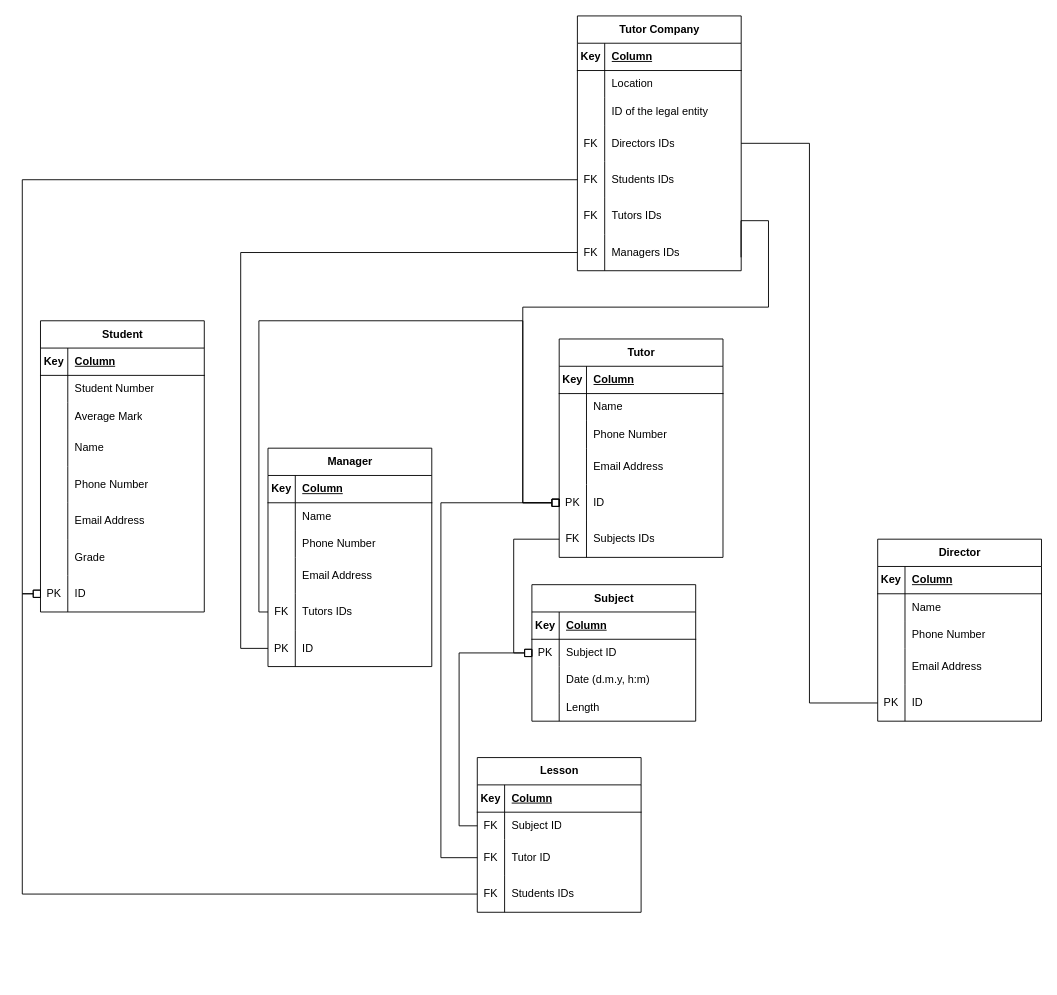
This is er_diagramm.drawio from H0p1ty/data_bases, a draw.io file, before an edit. Source tidied: cells renumbered, new cells numbered last; positions are measured from the earlier drawing's top-left corner, leaving out a move shared by most shapes. Both pictures are drawn from the tidied source at 91%, with x=0, y=0 at pixel (22, 15).
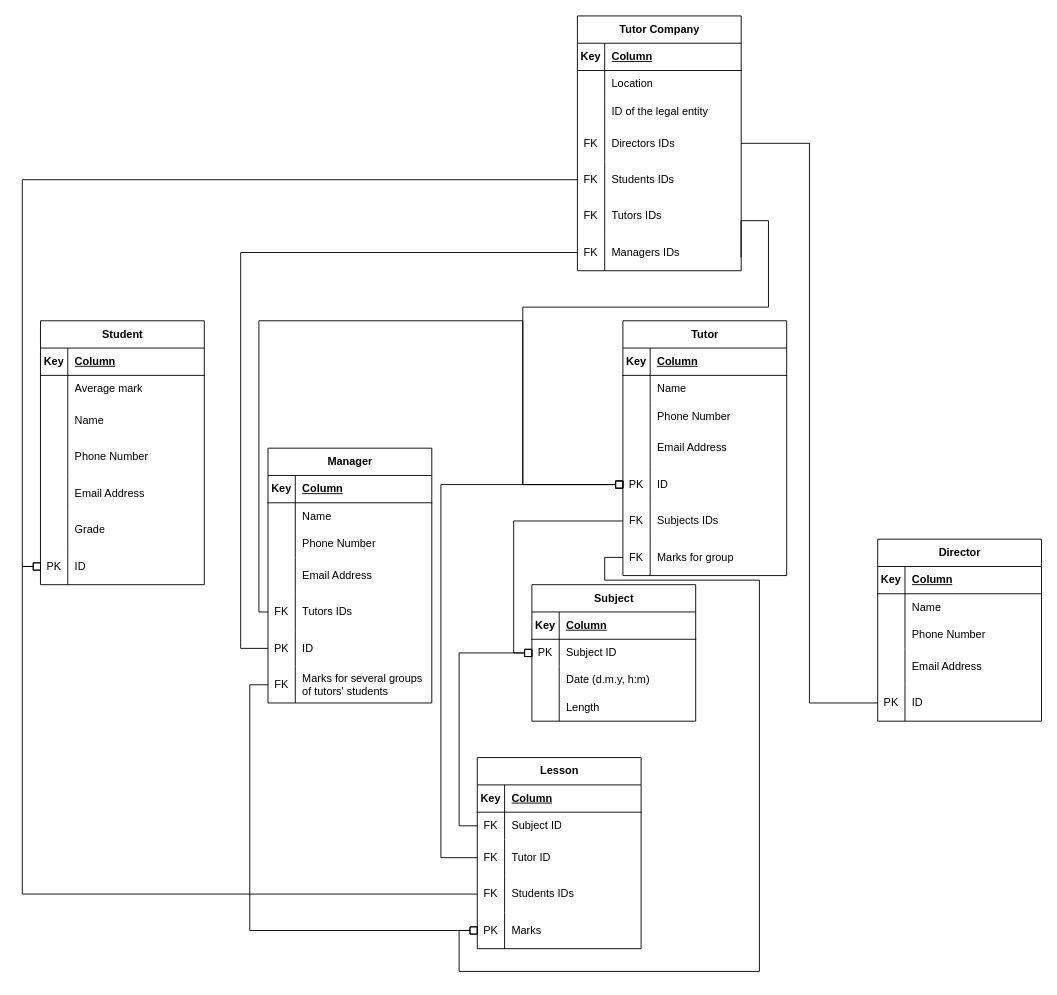
The same page after the edit.

The change refers to these unchanged cells:
```xml
<mxCell id="34" style="shape=tableRow;horizontal=0;startSize=0;swimlaneHead=0;swimlaneBody=0;fillColor=none;points=[[0,0.5],[1,0.5]];portConstraint=eastwest;top=0;left=0;right=0;bottom=0;" parent="21" vertex="1">
  <mxGeometry y="160" width="180" height="40" as="geometry" />
</mxCell>
<mxCell id="40" style="shape=tableRow;horizontal=0;startSize=0;swimlaneHead=0;swimlaneBody=0;fillColor=none;points=[[0,0.5],[1,0.5]];portConstraint=eastwest;top=0;left=0;right=0;bottom=0;" parent="21" vertex="1">
  <mxGeometry y="240" width="180" height="40" as="geometry" />
</mxCell>
<mxCell id="56" style="shape=tableRow;horizontal=0;startSize=0;swimlaneHead=0;swimlaneBody=0;fillColor=none;points=[[0,0.5],[1,0.5]];portConstraint=eastwest;top=0;left=0;right=0;bottom=0;" parent="43" vertex="1">
  <mxGeometry y="160" width="180" height="40" as="geometry" />
</mxCell>
<mxCell id="69" style="shape=tableRow;horizontal=0;startSize=0;swimlaneHead=0;swimlaneBody=0;fillColor=none;points=[[0,0.5],[1,0.5]];portConstraint=eastwest;top=0;left=0;right=0;bottom=0;" parent="62" vertex="1">
  <mxGeometry y="90" width="180" height="40" as="geometry" />
</mxCell>
<mxCell id="72" style="shape=tableRow;horizontal=0;startSize=0;swimlaneHead=0;swimlaneBody=0;fillColor=none;points=[[0,0.5],[1,0.5]];portConstraint=eastwest;top=0;left=0;right=0;bottom=0;" parent="62" vertex="1">
  <mxGeometry y="130" width="180" height="40" as="geometry" />
</mxCell>
<mxCell id="79" style="shape=tableRow;horizontal=0;startSize=0;swimlaneHead=0;swimlaneBody=0;fillColor=none;top=0;left=0;right=0;bottom=0;" parent="75" vertex="1">
  <mxGeometry y="60" width="180" height="30" as="geometry" />
</mxCell>
```

The edit, as a diff of the source:
```diff
@@
     <mxCell id="2" style="edgeStyle=orthogonalEdgeStyle;rounded=0;jettySize=auto;html=1;endArrow=none;endFill=0;entryX=0;entryY=0.5;entryDx=0;entryDy=0;exitX=0;exitY=0.5;exitDx=0;exitDy=0;startArrow=box;startFill=0;" parent="1" edge="1" source="97" target="72">
       <mxGeometry relative="1" as="geometry">
         <Array as="points">
-          <mxPoint y="635" />
+          <mxPoint y="605" />
           <mxPoint y="965" />
         </Array>
       </mxGeometry>
     </mxCell>
     <mxCell id="3" style="edgeStyle=orthogonalEdgeStyle;rounded=0;jettySize=auto;html=1;exitX=0;exitY=0.5;exitDx=0;exitDy=0;endArrow=none;endFill=0;entryX=0;entryY=0.5;entryDx=0;entryDy=0;startArrow=box;startFill=0;" parent="1" edge="1" source="97" target="34">
       <mxGeometry relative="1" as="geometry">
         <Array as="points">
-          <mxPoint y="635" />
+          <mxPoint y="605" />
           <mxPoint y="180" />
         </Array>
       </mxGeometry>
     </mxCell>
     <mxCell id="4" style="edgeStyle=orthogonalEdgeStyle;rounded=0;jettySize=auto;html=1;entryX=0.999;entryY=0.632;entryDx=0;entryDy=0;endArrow=none;endFill=0;startArrow=box;startFill=0;entryPerimeter=0;exitX=0;exitY=0.5;exitDx=0;exitDy=0;" parent="1" edge="1" source="56" target="40">
       <mxGeometry relative="1" as="geometry">
         <Array as="points">
-          <mxPoint x="550" y="535" />
+          <mxPoint x="550" y="515" />
           <mxPoint x="550" y="320" />
           <mxPoint x="820" y="320" />
           <mxPoint x="820" y="225" />
           <mxPoint x="790" y="225" />
         </Array>
       </mxGeometry>
     </mxCell>
@@
     <mxCell id="43" value="Tutor" style="shape=table;startSize=30;childLayout=tableLayout;rowLines=0;fontStyle=1;align=center;html=1;" parent="1" vertex="1">
-      <mxGeometry x="590" y="355" width="180" height="240" as="geometry" />
+      <mxGeometry x="660" y="335" width="180" height="280" as="geometry" />
     </mxCell>
@@
+    <mxCell id="138" style="shape=tableRow;horizontal=0;startSize=0;swimlaneHead=0;swimlaneBody=0;fillColor=none;points=[[0,0.5],[1,0.5]];portConstraint=eastwest;top=0;left=0;right=0;bottom=0;" parent="43" vertex="1">
+      <mxGeometry y="240" width="180" height="40" as="geometry" />
+    </mxCell>
+    <mxCell id="139" value="FK" style="shape=partialRectangle;fillColor=none;top=0;left=0;bottom=0;right=0;overflow=hidden;whiteSpace=wrap;html=1;" parent="138" vertex="1">
+      <mxGeometry width="30" height="40" as="geometry" />
+    </mxCell>
+    <mxCell id="140" value="Marks for group" style="shape=partialRectangle;fillColor=none;top=0;left=0;bottom=0;right=0;align=left;spacingLeft=6;overflow=hidden;whiteSpace=wrap;html=1;" parent="138" vertex="1">
+      <mxGeometry x="30" width="150" height="40" as="geometry" />
+    </mxCell>
     <mxCell id="62" value="Lesson" style="shape=table;startSize=30;childLayout=tableLayout;rowLines=0;fontStyle=1;align=center;html=1;" parent="1" vertex="1">
-      <mxGeometry x="500" y="815" width="180" height="170" as="geometry" />
+      <mxGeometry x="500" y="815" width="180" height="210" as="geometry" />
     </mxCell>
@@
+    <mxCell id="141" style="shape=tableRow;horizontal=0;startSize=0;swimlaneHead=0;swimlaneBody=0;fillColor=none;points=[[0,0.5],[1,0.5]];portConstraint=eastwest;top=0;left=0;right=0;bottom=0;" parent="62" vertex="1">
+      <mxGeometry y="170" width="180" height="40" as="geometry" />
+    </mxCell>
+    <mxCell id="142" value="PK" style="shape=partialRectangle;fillColor=none;top=0;left=0;bottom=0;right=0;overflow=hidden;whiteSpace=wrap;html=1;" parent="141" vertex="1">
+      <mxGeometry width="30" height="40" as="geometry" />
+    </mxCell>
+    <mxCell id="143" value="Marks" style="shape=partialRectangle;fillColor=none;top=0;left=0;bottom=0;right=0;align=left;spacingLeft=6;overflow=hidden;whiteSpace=wrap;html=1;" parent="141" vertex="1">
+      <mxGeometry x="30" width="150" height="40" as="geometry" />
+    </mxCell>
     <mxCell id="75" value="Student" style="shape=table;startSize=30;childLayout=tableLayout;rowLines=0;fontStyle=1;align=center;html=1;" parent="1" vertex="1">
-      <mxGeometry x="20" y="335" width="180" height="320" as="geometry" />
+      <mxGeometry x="20" y="335" width="180" height="290" as="geometry" />
     </mxCell>
@@
-    <mxCell id="81" value="Student Number" style="shape=partialRectangle;fillColor=none;top=0;left=0;bottom=0;right=0;align=left;spacingLeft=6;overflow=hidden;whiteSpace=wrap;html=1;" parent="79" vertex="1">
+    <mxCell id="81" value="Average mark" style="shape=partialRectangle;fillColor=none;top=0;left=0;bottom=0;right=0;align=left;spacingLeft=6;overflow=hidden;whiteSpace=wrap;html=1;" parent="79" vertex="1">
       <mxGeometry x="30" width="150" height="30" as="geometry" />
     </mxCell>
-    <mxCell id="82" style="shape=tableRow;horizontal=0;startSize=0;swimlaneHead=0;swimlaneBody=0;fillColor=none;top=0;left=0;right=0;bottom=0;" parent="75" vertex="1">
-      <mxGeometry y="90" width="180" height="30" as="geometry" />
-    </mxCell>
-    <mxCell id="83" style="shape=partialRectangle;fillColor=none;top=0;left=0;bottom=0;right=0;overflow=hidden;whiteSpace=wrap;html=1;" parent="82" vertex="1">
-      <mxGeometry width="30" height="30" as="geometry" />
-    </mxCell>
-    <mxCell id="84" value="Average Mark" style="shape=partialRectangle;fillColor=none;top=0;left=0;bottom=0;right=0;align=left;spacingLeft=6;overflow=hidden;whiteSpace=wrap;html=1;" parent="82" vertex="1">
-      <mxGeometry x="30" width="150" height="30" as="geometry" />
-    </mxCell>
     <mxCell id="85" style="shape=tableRow;horizontal=0;startSize=0;swimlaneHead=0;swimlaneBody=0;fillColor=none;top=0;left=0;right=0;bottom=0;" parent="75" vertex="1">
-      <mxGeometry y="120" width="180" height="40" as="geometry" />
+      <mxGeometry y="90" width="180" height="40" as="geometry" />
     </mxCell>
@@
     <mxCell id="88" style="shape=tableRow;horizontal=0;startSize=0;swimlaneHead=0;swimlaneBody=0;fillColor=none;top=0;left=0;right=0;bottom=0;" parent="75" vertex="1">
-      <mxGeometry y="160" width="180" height="40" as="geometry" />
+      <mxGeometry y="130" width="180" height="40" as="geometry" />
     </mxCell>
@@
     <mxCell id="91" style="shape=tableRow;horizontal=0;startSize=0;swimlaneHead=0;swimlaneBody=0;fillColor=none;top=0;left=0;right=0;bottom=0;" parent="75" vertex="1">
-      <mxGeometry y="200" width="180" height="40" as="geometry" />
+      <mxGeometry y="170" width="180" height="40" as="geometry" />
     </mxCell>
@@
     <mxCell id="94" style="shape=tableRow;horizontal=0;startSize=0;swimlaneHead=0;swimlaneBody=0;fillColor=none;top=0;left=0;right=0;bottom=0;" parent="75" vertex="1">
-      <mxGeometry y="240" width="180" height="40" as="geometry" />
+      <mxGeometry y="210" width="180" height="40" as="geometry" />
     </mxCell>
@@
     <mxCell id="97" style="shape=tableRow;horizontal=0;startSize=0;swimlaneHead=0;swimlaneBody=0;fillColor=none;points=[[0,0.5],[1,0.5]];portConstraint=eastwest;top=0;left=0;right=0;bottom=0;" parent="75" vertex="1">
-      <mxGeometry y="280" width="180" height="40" as="geometry" />
+      <mxGeometry y="250" width="180" height="40" as="geometry" />
     </mxCell>
@@
     <mxCell id="113" style="edgeStyle=orthogonalEdgeStyle;rounded=0;jettySize=auto;html=1;exitX=0;exitY=0.5;exitDx=0;exitDy=0;endArrow=box;endFill=0;entryX=0;entryY=0.5;entryDx=0;entryDy=0;" parent="1" edge="1" source="69" target="56">
       <mxGeometry relative="1" as="geometry">
         <Array as="points">
           <mxPoint x="460" y="925" />
-          <mxPoint x="460" y="535" />
+          <mxPoint x="460" y="515" />
         </Array>
       </mxGeometry>
     </mxCell>
     <mxCell id="114" value="Manager" style="shape=table;startSize=30;childLayout=tableLayout;rowLines=0;fontStyle=1;align=center;html=1;" parent="1" vertex="1">
-      <mxGeometry x="270" y="475" width="180" height="240" as="geometry" />
+      <mxGeometry x="270" y="475" width="180" height="280" as="geometry" />
     </mxCell>
@@
+    <mxCell id="144" style="shape=tableRow;horizontal=0;startSize=0;swimlaneHead=0;swimlaneBody=0;fillColor=none;points=[[0,0.5],[1,0.5]];portConstraint=eastwest;top=0;left=0;right=0;bottom=0;" parent="114" vertex="1">
+      <mxGeometry y="200" width="180" height="40" as="geometry" />
+    </mxCell>
+    <mxCell id="145" value="PK" style="shape=partialRectangle;fillColor=none;top=0;left=0;bottom=0;right=0;overflow=hidden;whiteSpace=wrap;html=1;" parent="144" vertex="1">
+      <mxGeometry width="30" height="40" as="geometry" />
+    </mxCell>
+    <mxCell id="146" value="ID" style="shape=partialRectangle;fillColor=none;top=0;left=0;bottom=0;right=0;align=left;spacingLeft=6;overflow=hidden;whiteSpace=wrap;html=1;" parent="144" vertex="1">
+      <mxGeometry x="30" width="150" height="40" as="geometry" />
+    </mxCell>
     <mxCell id="130" style="shape=tableRow;horizontal=0;startSize=0;swimlaneHead=0;swimlaneBody=0;fillColor=none;points=[[0,0.5],[1,0.5]];portConstraint=eastwest;top=0;left=0;right=0;bottom=0;" parent="114" vertex="1">
-      <mxGeometry y="200" width="180" height="40" as="geometry" />
+      <mxGeometry y="240" width="180" height="40" as="geometry" />
     </mxCell>
-    <mxCell id="131" value="PK" style="shape=partialRectangle;fillColor=none;top=0;left=0;bottom=0;right=0;overflow=hidden;whiteSpace=wrap;html=1;" parent="130" vertex="1">
+    <mxCell id="131" value="FK" style="shape=partialRectangle;fillColor=none;top=0;left=0;bottom=0;right=0;overflow=hidden;whiteSpace=wrap;html=1;" parent="130" vertex="1">
       <mxGeometry width="30" height="40" as="geometry" />
     </mxCell>
-    <mxCell id="132" value="ID" style="shape=partialRectangle;fillColor=none;top=0;left=0;bottom=0;right=0;align=left;spacingLeft=6;overflow=hidden;whiteSpace=wrap;html=1;" parent="130" vertex="1">
+    <mxCell id="132" value="Marks for several groups of tutors' students" style="shape=partialRectangle;fillColor=none;top=0;left=0;bottom=0;right=0;align=left;spacingLeft=6;overflow=hidden;whiteSpace=wrap;html=1;" parent="130" vertex="1">
       <mxGeometry x="30" width="150" height="40" as="geometry" />
     </mxCell>
     <mxCell id="133" style="edgeStyle=orthogonalEdgeStyle;rounded=0;jettySize=auto;html=1;entryX=0;entryY=0.5;entryDx=0;entryDy=0;endArrow=box;endFill=0;" parent="1" edge="1" target="56">
       <mxGeometry relative="1" as="geometry">
         <mxPoint x="270" y="655" as="sourcePoint" />
         <Array as="points">
           <mxPoint x="260" y="655" />
           <mxPoint x="260" y="335" />
           <mxPoint x="550" y="335" />
-          <mxPoint x="550" y="535" />
+          <mxPoint x="550" y="515" />
         </Array>
       </mxGeometry>
     </mxCell>
@@
-    <mxCell id="135" style="edgeStyle=orthogonalEdgeStyle;rounded=0;jettySize=auto;html=1;entryX=0;entryY=0.5;entryDx=0;entryDy=0;endArrow=none;endFill=0;" parent="1" edge="1" source="130" target="40">
+    <mxCell id="135" style="edgeStyle=orthogonalEdgeStyle;rounded=0;jettySize=auto;html=1;entryX=0;entryY=0.5;entryDx=0;entryDy=0;endArrow=none;endFill=0;exitX=0;exitY=0.5;exitDx=0;exitDy=0;" parent="1" edge="1" source="144" target="40">
       <mxGeometry relative="1" as="geometry">
         <Array as="points">
           <mxPoint x="240" y="695" />
           <mxPoint x="240" y="260" />
         </Array>
       </mxGeometry>
     </mxCell>
@@
+    <mxCell id="147" style="edgeStyle=orthogonalEdgeStyle;rounded=0;jettySize=auto;html=1;exitX=0;exitY=0.5;exitDx=0;exitDy=0;entryX=0;entryY=0.5;entryDx=0;entryDy=0;endArrow=none;endFill=0;startArrow=box;startFill=0;" parent="1" edge="1" source="141" target="138">
+      <mxGeometry relative="1" as="geometry">
+        <Array as="points">
+          <mxPoint x="480" y="1005" />
+          <mxPoint x="480" y="1050" />
+          <mxPoint x="810" y="1050" />
+          <mxPoint x="810" y="620" />
+          <mxPoint x="640" y="620" />
+          <mxPoint x="640" y="595" />
+        </Array>
+      </mxGeometry>
+    </mxCell>
+    <mxCell id="148" style="edgeStyle=orthogonalEdgeStyle;rounded=0;jettySize=auto;html=1;exitX=0;exitY=0.5;exitDx=0;exitDy=0;entryX=0;entryY=0.5;entryDx=0;entryDy=0;endArrow=none;endFill=0;startArrow=box;startFill=0;" parent="1" edge="1" source="141" target="130">
+      <mxGeometry relative="1" as="geometry" />
+    </mxCell>
```
